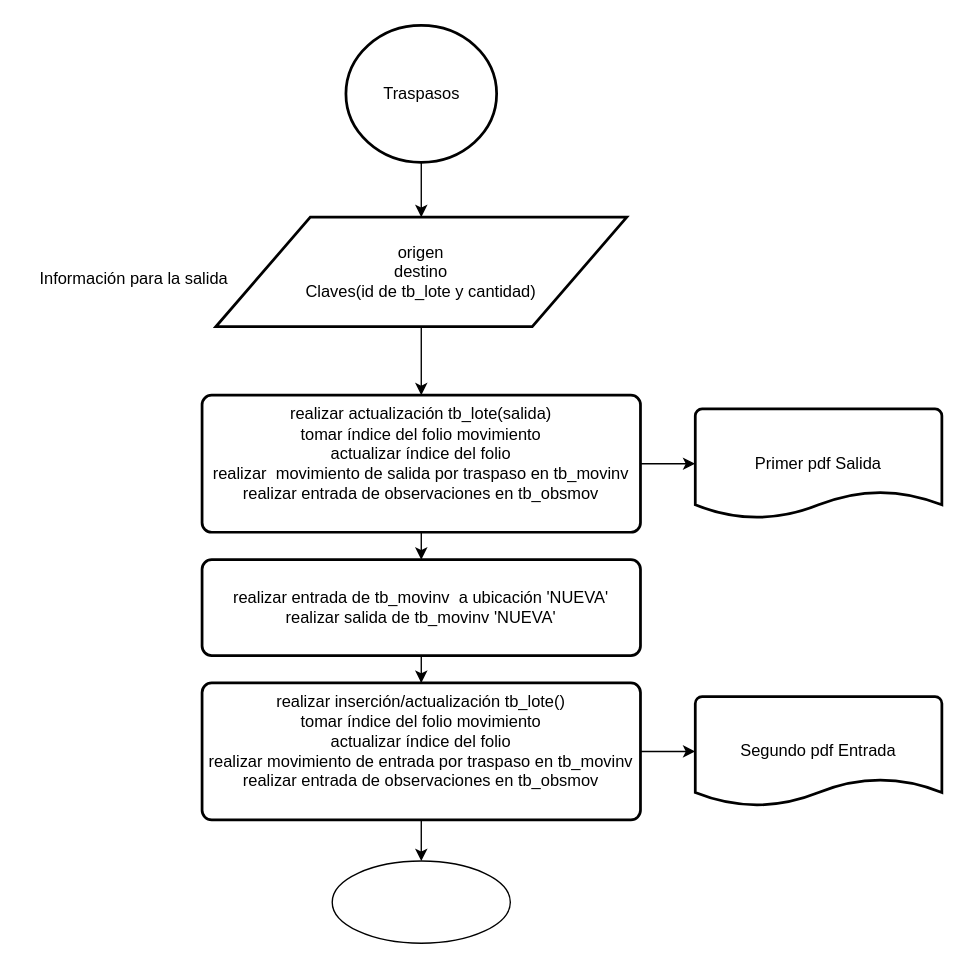
ErnestoDanielTafoyaMolinaCYM/clases-cat-cym keeps this draw.io diagram as TraspasosEmpresa.drawio. Above is the earlier version. Source tidied: cells renumbered, new cells numbered last; positions are measured from the earlier drawing's top-left corner, leaving out a move shared by most shapes. Both pictures are drawn from the tidied source at 137%, with x=0, y=0 at pixel (23, 25).
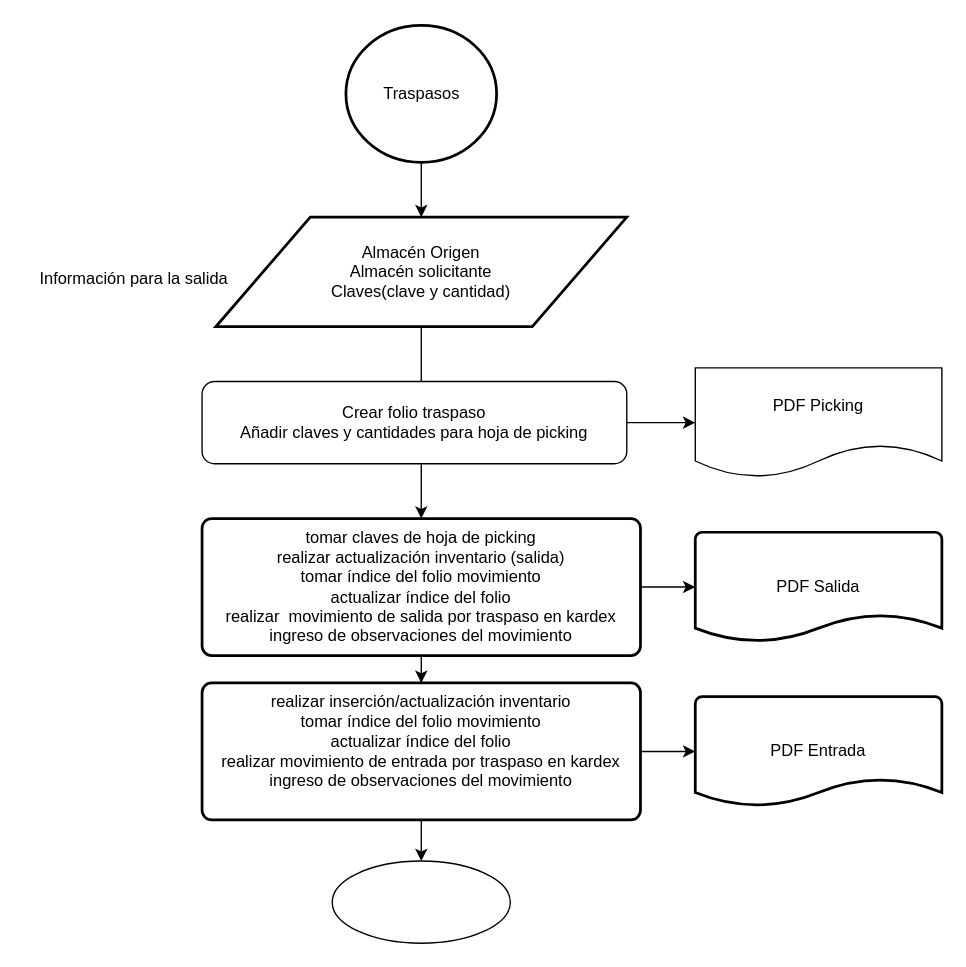
The same diagram, later.

Diff of the diagram source:
```diff
@@
 <mxGraphModel>
   <root>
     <mxCell id="0" />
     <mxCell id="1" parent="0" />
     <mxCell id="2" style="edgeStyle=orthogonalEdgeStyle;rounded=0;jettySize=auto;html=1;" parent="1" edge="1" source="3" target="7">
       <mxGeometry relative="1" as="geometry" />
     </mxCell>
     <mxCell id="3" style="strokeWidth=2;html=1;shape=mxgraph.flowchart.start_2;whiteSpace=wrap;" parent="1" vertex="1">
       <mxGeometry x="235" width="110" height="100" as="geometry" />
     </mxCell>
-    <mxCell id="4" style="edgeStyle=orthogonalEdgeStyle;rounded=0;jettySize=auto;html=1;exitX=0.5;exitY=1;exitDx=0;exitDy=0;entryX=0.5;entryY=0;entryDx=0;entryDy=0;" parent="1" edge="1" source="6" target="10">
-      <mxGeometry relative="1" as="geometry" />
-    </mxCell>
     <mxCell id="5" style="edgeStyle=orthogonalEdgeStyle;rounded=0;jettySize=auto;html=1;" parent="1" edge="1" source="6" target="8">
       <mxGeometry relative="1" as="geometry" />
     </mxCell>
+    <mxCell id="19" style="edgeStyle=orthogonalEdgeStyle;rounded=0;jettySize=auto;html=1;" parent="1" edge="1" source="6" target="13">
+      <mxGeometry relative="1" as="geometry" />
+    </mxCell>
-    <mxCell id="6" value="realizar actualización tb_lote(salida)&lt;div&gt;tomar índice del folio movimiento&lt;/div&gt;&lt;div&gt;actualizar índice del folio&lt;br&gt;&lt;div&gt;realizar&amp;nbsp; movimiento de salida por traspaso en tb_movinv&lt;/div&gt;&lt;div&gt;realizar entrada de observaciones en tb_obsmov&lt;/div&gt;&lt;div&gt;&lt;br&gt;&lt;/div&gt;&lt;/div&gt;" style="rounded=1;whiteSpace=wrap;html=1;absoluteArcSize=1;arcSize=14;strokeWidth=2;" parent="1" vertex="1">
-      <mxGeometry x="130" y="270" width="320" height="100" as="geometry" />
+    <mxCell id="6" value="&lt;div&gt;&lt;br&gt;&lt;/div&gt;&lt;div&gt;tomar claves de hoja de picking&lt;/div&gt;realizar actualización inventario (salida)&lt;div&gt;tomar índice del folio movimiento&lt;/div&gt;&lt;div&gt;actualizar índice del folio&lt;br&gt;&lt;div&gt;realizar&amp;nbsp; movimiento de salida por traspaso en kardex&lt;/div&gt;&lt;div&gt;ingreso de observaciones del movimiento&lt;/div&gt;&lt;div&gt;&lt;br&gt;&lt;/div&gt;&lt;/div&gt;" style="rounded=1;whiteSpace=wrap;html=1;absoluteArcSize=1;arcSize=14;strokeWidth=2;" parent="1" vertex="1">
+      <mxGeometry x="130" y="360" width="320" height="100" as="geometry" />
     </mxCell>
-    <mxCell id="7" value="origen&lt;div&gt;destino&lt;/div&gt;&lt;div&gt;Claves(id de tb_lote y cantidad)&lt;/div&gt;" style="shape=parallelogram;html=1;strokeWidth=2;perimeter=parallelogramPerimeter;whiteSpace=wrap;rounded=1;arcSize=0;size=0.23;" parent="1" vertex="1">
+    <mxCell id="7" value="Almacén Origen&lt;div&gt;Almacén solicitante&lt;/div&gt;&lt;div&gt;Claves(clave y cantidad)&lt;/div&gt;" style="shape=parallelogram;html=1;strokeWidth=2;perimeter=parallelogramPerimeter;whiteSpace=wrap;rounded=1;arcSize=0;size=0.23;" parent="1" vertex="1">
       <mxGeometry x="140" y="140" width="300" height="80" as="geometry" />
     </mxCell>
-    <mxCell id="8" value="Primer pdf Salida" style="strokeWidth=2;html=1;shape=mxgraph.flowchart.document2;whiteSpace=wrap;size=0.25;" parent="1" vertex="1">
-      <mxGeometry x="490" y="280" width="180" height="80" as="geometry" />
+    <mxCell id="8" value="PDF Salida" style="strokeWidth=2;html=1;shape=mxgraph.flowchart.document2;whiteSpace=wrap;size=0.25;" parent="1" vertex="1">
+      <mxGeometry x="490" y="370" width="180" height="80" as="geometry" />
     </mxCell>
-    <mxCell id="9" style="edgeStyle=orthogonalEdgeStyle;rounded=0;jettySize=auto;html=1;exitX=0.5;exitY=1;exitDx=0;exitDy=0;" parent="1" edge="1" source="10" target="13">
-      <mxGeometry relative="1" as="geometry" />
-    </mxCell>
-    <mxCell id="10" value="realizar entrada de tb_movinv&amp;nbsp; a ubicación 'NUEVA'&lt;div&gt;realizar salida de tb_movinv 'NUEVA'&lt;/div&gt;" style="rounded=1;whiteSpace=wrap;html=1;absoluteArcSize=1;arcSize=14;strokeWidth=2;fillColor=light-dark(#FFFFFF,#E6D0DE);" parent="1" vertex="1">
-      <mxGeometry x="130" y="390" width="320" height="70" as="geometry" />
-    </mxCell>
     <mxCell id="11" style="edgeStyle=orthogonalEdgeStyle;rounded=0;jettySize=auto;html=1;exitX=0.5;exitY=1;exitDx=0;exitDy=0;" parent="1" edge="1" source="13" target="15">
       <mxGeometry relative="1" as="geometry" />
     </mxCell>
     <mxCell id="12" style="edgeStyle=orthogonalEdgeStyle;rounded=0;jettySize=auto;html=1;" parent="1" edge="1" source="13" target="14">
       <mxGeometry relative="1" as="geometry" />
     </mxCell>
-    <mxCell id="13" value="realizar inserción/actualización tb_lote()&lt;div&gt;tomar índice del folio movimiento&lt;/div&gt;&lt;div&gt;actualizar índice del folio&lt;br&gt;&lt;div&gt;realizar movimiento de entrada por traspaso en tb_movinv&lt;/div&gt;&lt;div&gt;realizar entrada de observaciones en tb_obsmov&lt;/div&gt;&lt;div&gt;&lt;br&gt;&lt;/div&gt;&lt;/div&gt;" style="rounded=1;whiteSpace=wrap;html=1;absoluteArcSize=1;arcSize=14;strokeWidth=2;" parent="1" vertex="1">
+    <mxCell id="13" value="realizar inserción/actualización inventario&lt;div&gt;tomar índice del folio movimiento&lt;/div&gt;&lt;div&gt;actualizar índice del folio&lt;br&gt;&lt;div&gt;realizar movimiento de entrada por traspaso en kardex&lt;/div&gt;&lt;div&gt;&lt;div&gt;ingreso de observaciones del movimiento&lt;/div&gt;&lt;div&gt;&lt;br&gt;&lt;/div&gt;&lt;/div&gt;&lt;/div&gt;" style="rounded=1;whiteSpace=wrap;html=1;absoluteArcSize=1;arcSize=14;strokeWidth=2;" parent="1" vertex="1">
       <mxGeometry x="130" y="480" width="320" height="100" as="geometry" />
     </mxCell>
-    <mxCell id="14" value="Segundo pdf Entrada" style="strokeWidth=2;html=1;shape=mxgraph.flowchart.document2;whiteSpace=wrap;size=0.25;" parent="1" vertex="1">
+    <mxCell id="14" value="PDF Entrada" style="strokeWidth=2;html=1;shape=mxgraph.flowchart.document2;whiteSpace=wrap;size=0.25;" parent="1" vertex="1">
       <mxGeometry x="490" y="490" width="180" height="80" as="geometry" />
     </mxCell>
     <mxCell id="15" style="verticalLabelPosition=bottom;verticalAlign=top;html=1;shape=mxgraph.flowchart.on-page_reference;" parent="1" vertex="1">
       <mxGeometry x="225" y="610" width="130" height="60" as="geometry" />
     </mxCell>
     <mxCell id="16" style="edgeStyle=orthogonalEdgeStyle;rounded=0;jettySize=auto;html=1;exitX=0.5;exitY=1;exitDx=0;exitDy=0;entryX=0.5;entryY=0;entryDx=0;entryDy=0;" parent="1" edge="1" source="7" target="6">
       <mxGeometry relative="1" as="geometry" />
     </mxCell>
     <mxCell id="17" value="Traspasos" style="text;html=1;align=center;verticalAlign=middle;strokeColor=none;fillColor=none;" parent="1" vertex="1">
       <mxGeometry x="250" y="35" width="80" height="30" as="geometry" />
     </mxCell>
     <mxCell id="18" value="Información para la salida" style="text;html=1;align=center;verticalAlign=middle;strokeColor=none;fillColor=none;" parent="1" vertex="1">
       <mxGeometry y="170" width="160" height="30" as="geometry" />
     </mxCell>
+    <mxCell id="20" style="edgeStyle=orthogonalEdgeStyle;rounded=0;jettySize=auto;html=1;" parent="1" edge="1" source="21" target="22">
+      <mxGeometry relative="1" as="geometry" />
+    </mxCell>
+    <mxCell id="21" value="&lt;div&gt;Crear folio traspaso&lt;/div&gt;Añadir claves y cantidades para hoja de picking" style="rounded=1;whiteSpace=wrap;html=1;" parent="1" vertex="1">
+      <mxGeometry x="130" y="260" width="310" height="60" as="geometry" />
+    </mxCell>
+    <mxCell id="22" value="PDF Picking" style="shape=document;whiteSpace=wrap;html=1;boundedLbl=1;rounded=1;" parent="1" vertex="1">
+      <mxGeometry x="490" y="250" width="180" height="80" as="geometry" />
+    </mxCell>
   </root>
 </mxGraphModel>
```
